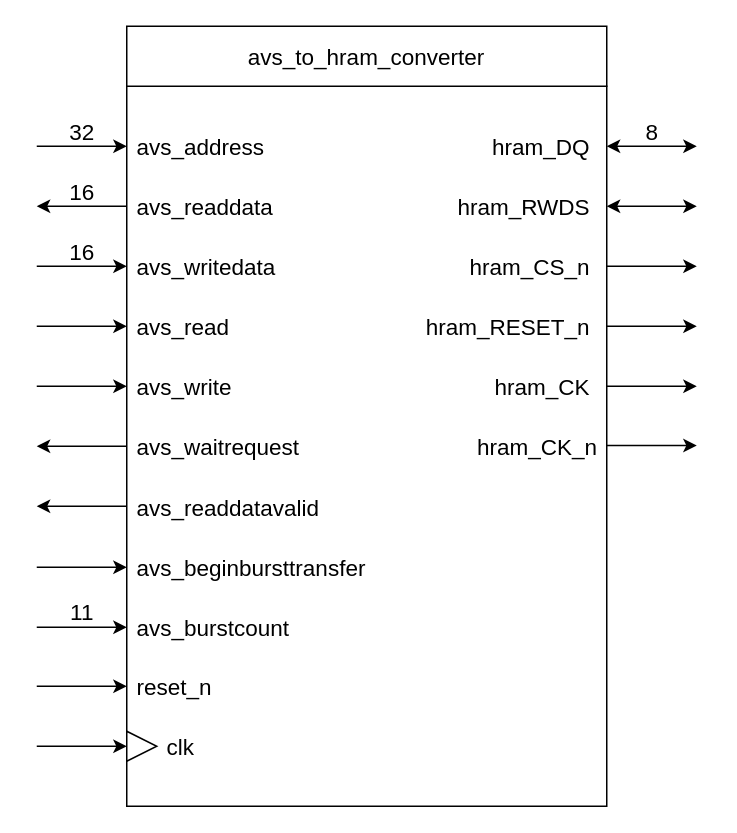
The draw.io diagram page "OUTLINE" (1 of 9) of hyperram_system/ip/avs_to_hram_converter/schematics/avs_to_hram_converter.drawio in AndreaBononi/Intel_Cyclone10LP_systems, before the edit. Source tidied: cells renumbered, new cells numbered last; positions are measured from the earlier drawing's top-left corner, leaving out a move shared by most shapes. Both pictures are drawn from the tidied source at 150%, with x=0, y=0 at pixel (36, 26).
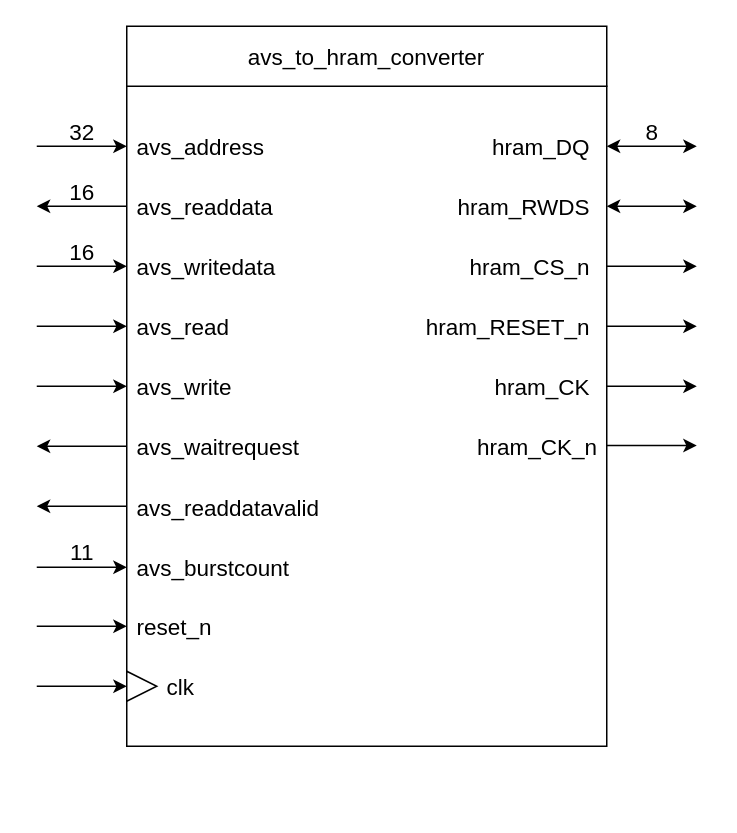
The same diagram, later.

Diff of the diagram source:
```diff
@@
     <mxCell id="2" style="rounded=0;whiteSpace=wrap;html=1;" parent="1" vertex="1">
-      <mxGeometry x="60" y="40" width="320" height="480" as="geometry" />
+      <mxGeometry x="60" y="40" width="320" height="440" as="geometry" />
     </mxCell>
@@
     <mxCell id="21" style="endArrow=classic;html=1;rounded=0;fontSize=15;" parent="1" edge="1">
       <mxGeometry relative="1" as="geometry">
-        <mxPoint y="440" as="sourcePoint" />
-        <mxPoint x="60" y="440" as="targetPoint" />
+        <mxPoint y="400" as="sourcePoint" />
+        <mxPoint x="60" y="400" as="targetPoint" />
       </mxGeometry>
     </mxCell>
@@
     <mxCell id="31" value="reset_n" style="text;html=1;align=left;verticalAlign=middle;strokeColor=none;fillColor=none;fontSize=15;" parent="1" vertex="1">
-      <mxGeometry x="65" y="425" width="70" height="30" as="geometry" />
+      <mxGeometry x="65" y="385" width="70" height="30" as="geometry" />
     </mxCell>
     <mxCell id="32" style="endArrow=classic;html=1;rounded=0;fontSize=15;" parent="1" edge="1">
       <mxGeometry relative="1" as="geometry">
-        <mxPoint y="480" as="sourcePoint" />
-        <mxPoint x="60" y="480" as="targetPoint" />
+        <mxPoint y="440" as="sourcePoint" />
+        <mxPoint x="60" y="440" as="targetPoint" />
       </mxGeometry>
     </mxCell>
@@
     <mxCell id="35" style="triangle;whiteSpace=wrap;html=1;direction=east;fontSize=15;" parent="1" vertex="1">
-      <mxGeometry x="60" y="470" width="20" height="20" as="geometry" />
+      <mxGeometry x="60" y="430" width="20" height="20" as="geometry" />
     </mxCell>
-    <mxCell id="36" value="&lt;font style=&quot;font-size: 15px;&quot;&gt;avs_&lt;/font&gt;beginbursttransfer" style="text;html=1;align=left;verticalAlign=middle;strokeColor=none;fillColor=none;fontSize=15;" parent="1" vertex="1">
-      <mxGeometry x="65" y="345.7" width="180" height="30" as="geometry" />
-    </mxCell>
     <mxCell id="37" value="&lt;font style=&quot;font-size: 15px;&quot;&gt;avs_&lt;/font&gt;burstcount" style="text;html=1;align=left;verticalAlign=middle;strokeColor=none;fillColor=none;fontSize=15;" parent="1" vertex="1">
-      <mxGeometry x="65" y="385.7" width="120" height="30" as="geometry" />
+      <mxGeometry x="65" y="345.7" width="120" height="30" as="geometry" />
     </mxCell>
     <mxCell id="38" style="endArrow=classic;html=1;rounded=0;fontSize=15;" parent="1" edge="1">
       <mxGeometry relative="1" as="geometry">
-        <mxPoint y="400.7" as="sourcePoint" />
-        <mxPoint x="60" y="400.7" as="targetPoint" />
+        <mxPoint y="360.7" as="sourcePoint" />
+        <mxPoint x="60" y="360.7" as="targetPoint" />
       </mxGeometry>
     </mxCell>
     <mxCell id="39" value="11" style="text;html=1;align=center;verticalAlign=middle;strokeColor=none;fillColor=none;fontSize=15;" parent="1" vertex="1">
-      <mxGeometry x="10" y="375" width="40" height="30" as="geometry" />
+      <mxGeometry x="10" y="335" width="40" height="30" as="geometry" />
     </mxCell>
-    <mxCell id="40" style="endArrow=classic;html=1;rounded=0;fontSize=15;" parent="1" edge="1">
-      <mxGeometry relative="1" as="geometry">
-        <mxPoint y="360.7" as="sourcePoint" />
-        <mxPoint x="60" y="360.7" as="targetPoint" />
-      </mxGeometry>
-    </mxCell>
     <mxCell id="41" value="clk" style="text;html=1;align=left;verticalAlign=middle;strokeColor=none;fillColor=none;fontSize=15;" parent="1" vertex="1">
-      <mxGeometry x="85" y="465" width="40" height="30" as="geometry" />
+      <mxGeometry x="85" y="425" width="40" height="30" as="geometry" />
     </mxCell>
```
